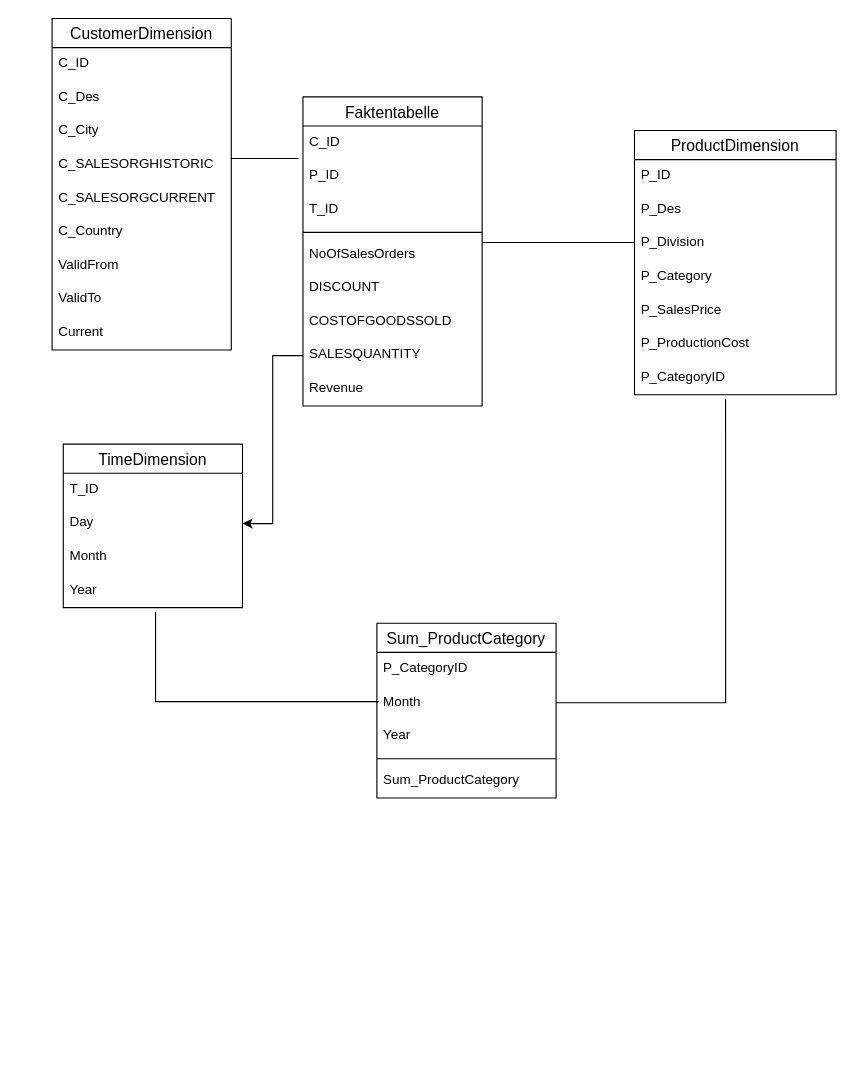
Before: star-schema-dirtsbike.drawio in dvdkwei/mondrian-dirt-bikes, a draw.io diagram. Source tidied: cells renumbered, new cells numbered last; positions are measured from the earlier drawing's top-left corner, leaving out a move shared by most shapes. Both pictures are drawn from the tidied source at 112%, with x=0, y=0 at pixel (52, 18).
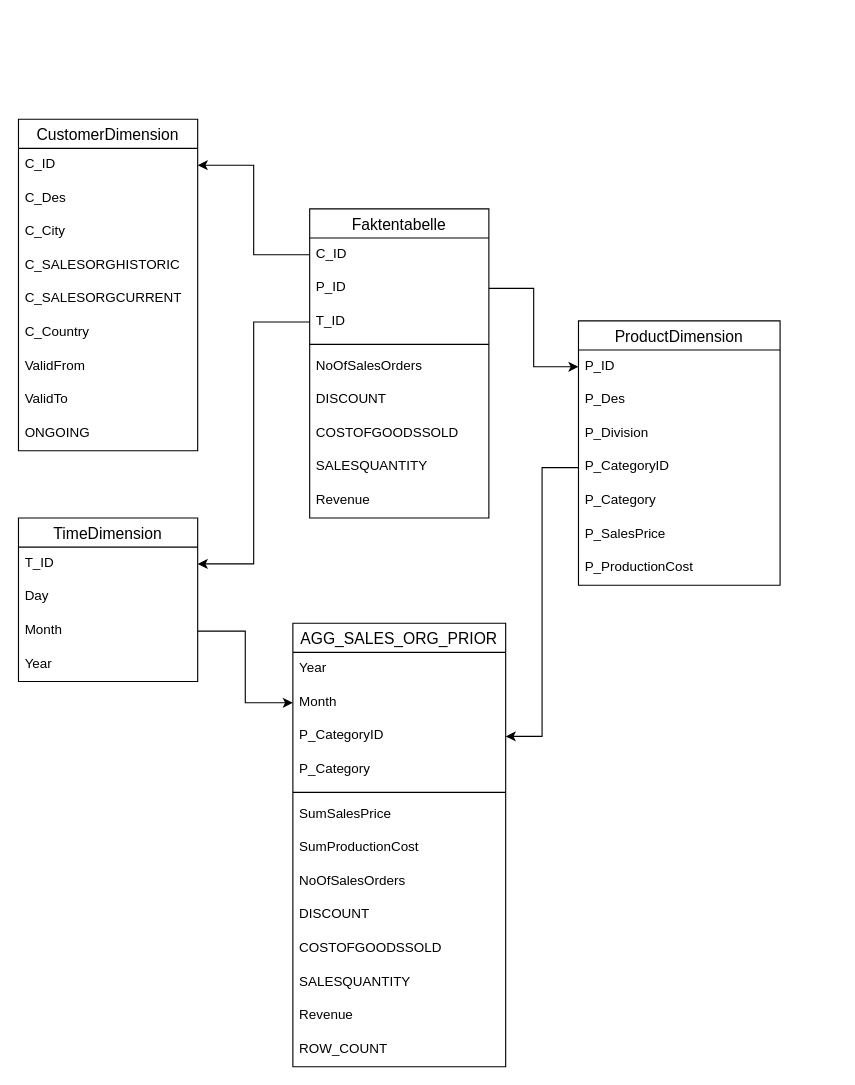
The same page after the edit.

Commit message (it also covers changes not shown here):
updated schema, not fixed.

The change refers to these unchanged cells:
```xml
<mxCell id="3" value="C_ID" style="text;strokeColor=none;fillColor=none;spacingLeft=4;spacingRight=4;overflow=hidden;points=[[0,0.5],[1,0.5]];portConstraint=eastwest;fontSize=12;" parent="2" vertex="1">
  <mxGeometry y="26" width="160" height="30" as="geometry" />
</mxCell>
<mxCell id="4" value="P_ID" style="text;strokeColor=none;fillColor=none;spacingLeft=4;spacingRight=4;overflow=hidden;points=[[0,0.5],[1,0.5]];portConstraint=eastwest;fontSize=12;" parent="2" vertex="1">
  <mxGeometry y="56" width="160" height="30" as="geometry" />
</mxCell>
<mxCell id="5" value="T_ID" style="text;strokeColor=none;fillColor=none;spacingLeft=4;spacingRight=4;overflow=hidden;points=[[0,0.5],[1,0.5]];portConstraint=eastwest;fontSize=12;" parent="2" vertex="1">
  <mxGeometry y="86" width="160" height="30" as="geometry" />
</mxCell>
<mxCell id="10" value="SALESQUANTITY" style="text;strokeColor=none;fillColor=none;spacingLeft=4;spacingRight=4;overflow=hidden;points=[[0,0.5],[1,0.5]];portConstraint=eastwest;fontSize=12;" parent="2" vertex="1">
  <mxGeometry y="216" width="160" height="30" as="geometry" />
</mxCell>
<mxCell id="13" value="T_ID&#10;" style="text;strokeColor=none;fillColor=none;spacingLeft=4;spacingRight=4;overflow=hidden;points=[[0,0.5],[1,0.5]];portConstraint=eastwest;fontSize=12;" parent="12" vertex="1">
  <mxGeometry y="26" width="160" height="30" as="geometry" />
</mxCell>
<mxCell id="14" value="Day" style="text;strokeColor=none;fillColor=none;spacingLeft=4;spacingRight=4;overflow=hidden;points=[[0,0.5],[1,0.5]];portConstraint=eastwest;fontSize=12;" parent="12" vertex="1">
  <mxGeometry y="56" width="160" height="30" as="geometry" />
</mxCell>
<mxCell id="15" value="Month" style="text;strokeColor=none;fillColor=none;spacingLeft=4;spacingRight=4;overflow=hidden;points=[[0,0.5],[1,0.5]];portConstraint=eastwest;fontSize=12;" parent="12" vertex="1">
  <mxGeometry y="86" width="160" height="30" as="geometry" />
</mxCell>
<mxCell id="16" value="Year" style="text;strokeColor=none;fillColor=none;spacingLeft=4;spacingRight=4;overflow=hidden;points=[[0,0.5],[1,0.5]];portConstraint=eastwest;fontSize=12;" parent="12" vertex="1">
  <mxGeometry y="116" width="160" height="30" as="geometry" />
</mxCell>
<mxCell id="18" value="C_ID" style="text;strokeColor=none;fillColor=none;spacingLeft=4;spacingRight=4;overflow=hidden;points=[[0,0.5],[1,0.5]];portConstraint=eastwest;fontSize=12;" parent="17" vertex="1">
  <mxGeometry y="26" width="160" height="30" as="geometry" />
</mxCell>
<mxCell id="28" value="P_ID" style="text;strokeColor=none;fillColor=none;spacingLeft=4;spacingRight=4;overflow=hidden;points=[[0,0.5],[1,0.5]];portConstraint=eastwest;fontSize=12;" parent="27" vertex="1">
  <mxGeometry y="26" width="180" height="30" as="geometry" />
</mxCell>
```

Change to the diagram source:
```diff
@@
     <mxCell id="2" value="Faktentabelle" style="swimlane;fontStyle=0;horizontal=1;startSize=26;align=center;fontSize=14;" parent="1" vertex="1">
-      <mxGeometry x="224" y="70" width="160" height="276" as="geometry" />
+      <mxGeometry x="230" y="170" width="160" height="276" as="geometry" />
     </mxCell>
@@
     <mxCell id="12" value="TimeDimension" style="swimlane;fontStyle=0;horizontal=1;startSize=26;align=center;fontSize=14;" parent="1" vertex="1">
-      <mxGeometry x="10" y="380" width="160" height="146" as="geometry" />
+      <mxGeometry x="-30" y="446" width="160" height="146" as="geometry" />
     </mxCell>
@@
     <mxCell id="17" value="CustomerDimension" style="swimlane;fontStyle=0;horizontal=1;startSize=26;align=center;fontSize=14;" parent="1" vertex="1">
-      <mxGeometry width="160" height="296" as="geometry" />
+      <mxGeometry x="-30" y="90" width="160" height="296" as="geometry" />
     </mxCell>
@@
-    <mxCell id="26" value="Current" style="text;strokeColor=none;fillColor=none;spacingLeft=4;spacingRight=4;overflow=hidden;fontSize=12;" parent="17" vertex="1">
+    <mxCell id="26" value="ONGOING" style="text;strokeColor=none;fillColor=none;spacingLeft=4;spacingRight=4;overflow=hidden;fontSize=12;" parent="17" vertex="1">
       <mxGeometry y="266" width="160" height="30" as="geometry" />
     </mxCell>
     <mxCell id="27" value="ProductDimension" style="swimlane;fontStyle=0;horizontal=1;startSize=26;align=center;fontSize=14;" parent="1" vertex="1">
-      <mxGeometry x="520" y="100" width="180" height="236" as="geometry" />
+      <mxGeometry x="470" y="270" width="180" height="236" as="geometry" />
     </mxCell>
@@
+    <mxCell id="34" value="P_CategoryID" style="text;strokeColor=none;fillColor=none;spacingLeft=4;spacingRight=4;overflow=hidden;points=[[0,0.5],[1,0.5]];portConstraint=eastwest;fontSize=12;" parent="27" vertex="1">
+      <mxGeometry y="116" width="180" height="30" as="geometry" />
+    </mxCell>
     <mxCell id="31" value="P_Category" style="text;strokeColor=none;fillColor=none;spacingLeft=4;spacingRight=4;overflow=hidden;fontSize=12;" parent="27" vertex="1">
-      <mxGeometry y="116" width="180" height="30" as="geometry" />
+      <mxGeometry y="146" width="180" height="30" as="geometry" />
     </mxCell>
     <mxCell id="32" value="P_SalesPrice" style="text;strokeColor=none;fillColor=none;spacingLeft=4;spacingRight=4;overflow=hidden;fontSize=12;" parent="27" vertex="1">
-      <mxGeometry y="146" width="180" height="30" as="geometry" />
+      <mxGeometry y="176" width="180" height="30" as="geometry" />
     </mxCell>
     <mxCell id="33" value="P_ProductionCost" style="text;strokeColor=none;fillColor=none;spacingLeft=4;spacingRight=4;overflow=hidden;fontSize=12;" parent="27" vertex="1">
-      <mxGeometry y="176" width="180" height="30" as="geometry" />
+      <mxGeometry y="206" width="180" height="30" as="geometry" />
     </mxCell>
-    <mxCell id="34" value="P_CategoryID" style="text;strokeColor=none;fillColor=none;spacingLeft=4;spacingRight=4;overflow=hidden;points=[[0,0.5],[1,0.5]];portConstraint=eastwest;fontSize=12;" parent="27" vertex="1">
-      <mxGeometry y="206" width="180" height="30" as="geometry" />
-    </mxCell>
-    <mxCell id="35" style="endArrow=none;html=1;rounded=0;edgeStyle=orthogonalEdgeStyle;" parent="1" edge="1">
-      <mxGeometry relative="1" as="geometry">
-        <mxPoint x="384" y="200" as="sourcePoint" />
-        <mxPoint x="520" y="200" as="targetPoint" />
-      </mxGeometry>
-    </mxCell>
-    <mxCell id="36" value="Sum_ProductCategory" style="swimlane;fontStyle=0;horizontal=1;startSize=26;align=center;fontSize=14;" parent="1" vertex="1">
-      <mxGeometry x="290" y="540" width="160" height="156" as="geometry" />
+    <mxCell id="36" value="AGG_SALES_ORG_PRIOR" style="swimlane;fontStyle=0;horizontal=1;startSize=26;align=center;fontSize=14;" parent="1" vertex="1">
+      <mxGeometry x="215" y="540" width="190" height="396" as="geometry" />
     </mxCell>
+    <mxCell id="39" value="Year" style="text;strokeColor=none;fillColor=none;spacingLeft=4;spacingRight=4;overflow=hidden;fontSize=12;" parent="36" vertex="1">
+      <mxGeometry y="26" width="190" height="30" as="geometry" />
+    </mxCell>
+    <mxCell id="38" value="Month" style="text;strokeColor=none;fillColor=none;spacingLeft=4;spacingRight=4;overflow=hidden;points=[[0,0.5],[1,0.5]];portConstraint=eastwest;fontSize=12;" parent="36" vertex="1">
+      <mxGeometry y="56" width="190" height="30" as="geometry" />
+    </mxCell>
     <mxCell id="37" value="P_CategoryID" style="text;strokeColor=none;fillColor=none;spacingLeft=4;spacingRight=4;overflow=hidden;points=[[0,0.5],[1,0.5]];portConstraint=eastwest;fontSize=12;" parent="36" vertex="1">
-      <mxGeometry y="26" width="160" height="30" as="geometry" />
+      <mxGeometry y="86" width="190" height="30" as="geometry" />
     </mxCell>
-    <mxCell id="38" value="Month" style="text;strokeColor=none;fillColor=none;spacingLeft=4;spacingRight=4;overflow=hidden;points=[[0,0.5],[1,0.5]];portConstraint=eastwest;fontSize=12;" parent="36" vertex="1">
-      <mxGeometry y="56" width="160" height="30" as="geometry" />
-    </mxCell>
-    <mxCell id="39" value="Year" style="text;strokeColor=none;fillColor=none;spacingLeft=4;spacingRight=4;overflow=hidden;fontSize=12;" parent="36" vertex="1">
-      <mxGeometry y="86" width="160" height="30" as="geometry" />
-    </mxCell>
+    <mxCell id="46" value="P_Category" style="text;strokeColor=none;fillColor=none;spacingLeft=4;spacingRight=4;overflow=hidden;fontSize=12;" parent="36" vertex="1">
+      <mxGeometry y="116" width="190" height="30" as="geometry" />
+    </mxCell>
     <mxCell id="40" style="line;strokeWidth=1;dashed=0;labelPosition=right;align=left;verticalAlign=middle;spacingTop=0;spacingLeft=6;" parent="36" vertex="1">
-      <mxGeometry y="116" width="160" height="10" as="geometry" />
+      <mxGeometry y="146" width="190" height="10" as="geometry" />
     </mxCell>
-    <mxCell id="41" value="Sum_ProductCategory" style="text;strokeColor=none;fillColor=none;spacingLeft=4;spacingRight=4;overflow=hidden;fontSize=12;" parent="36" vertex="1">
-      <mxGeometry y="126" width="160" height="30" as="geometry" />
-    </mxCell>
-    <mxCell id="42" style="line;strokeWidth=1;dashed=0;labelPosition=right;align=left;verticalAlign=middle;spacingTop=0;spacingLeft=6;" parent="1" vertex="1">
-      <mxGeometry x="160" y="120" width="60" height="10" as="geometry" />
-    </mxCell>
-    <mxCell id="43" style="endArrow=none;html=1;rounded=0;edgeStyle=orthogonalEdgeStyle;exitX=0.515;exitY=1.122;exitDx=0;exitDy=0;exitPerimeter=0;entryX=0;entryY=0.5;entryDx=0;entryDy=0;" parent="1" edge="1" source="16" target="38">
-      <mxGeometry relative="1" as="geometry">
-        <Array as="points">
-          <mxPoint x="92" y="610" />
-          <mxPoint x="291" y="610" />
-        </Array>
-      </mxGeometry>
-    </mxCell>
-    <mxCell id="44" style="endArrow=none;html=1;rounded=0;edgeStyle=orthogonalEdgeStyle;exitX=1;exitY=0.5;exitDx=0;exitDy=0;entryX=0.452;entryY=1.12;entryDx=0;entryDy=0;entryPerimeter=0;" parent="1" edge="1" source="38" target="34">
-      <mxGeometry relative="1" as="geometry">
-        <Array as="points">
-          <mxPoint x="601" y="611" />
-        </Array>
-      </mxGeometry>
-    </mxCell>
-    <mxCell id="45" style="edgeStyle=orthogonalEdgeStyle;rounded=0;jettySize=auto;html=1;entryX=1;entryY=0.5;entryDx=0;entryDy=0;" parent="1" edge="1" source="10" target="14">
-      <mxGeometry relative="1" as="geometry" />
-    </mxCell>
+    <mxCell id="47" value="SumSalesPrice" style="text;strokeColor=none;fillColor=none;spacingLeft=4;spacingRight=4;overflow=hidden;fontSize=12;" parent="36" vertex="1">
+      <mxGeometry y="156" width="190" height="30" as="geometry" />
+    </mxCell>
+    <mxCell id="48" value="SumProductionCost" style="text;strokeColor=none;fillColor=none;spacingLeft=4;spacingRight=4;overflow=hidden;fontSize=12;" parent="36" vertex="1">
+      <mxGeometry y="186" width="190" height="30" as="geometry" />
+    </mxCell>
+    <mxCell id="49" value="NoOfSalesOrders" style="text;strokeColor=none;fillColor=none;spacingLeft=4;spacingRight=4;overflow=hidden;fontSize=12;" parent="36" vertex="1">
+      <mxGeometry y="216" width="190" height="30" as="geometry" />
+    </mxCell>
+    <mxCell id="50" value="DISCOUNT" style="text;strokeColor=none;fillColor=none;spacingLeft=4;spacingRight=4;overflow=hidden;fontSize=12;" parent="36" vertex="1">
+      <mxGeometry y="246" width="190" height="30" as="geometry" />
+    </mxCell>
+    <mxCell id="51" value="COSTOFGOODSSOLD" style="text;strokeColor=none;fillColor=none;spacingLeft=4;spacingRight=4;overflow=hidden;fontSize=12;" parent="36" vertex="1">
+      <mxGeometry y="276" width="190" height="30" as="geometry" />
+    </mxCell>
+    <mxCell id="52" value="SALESQUANTITY" style="text;strokeColor=none;fillColor=none;spacingLeft=4;spacingRight=4;overflow=hidden;fontSize=12;" parent="36" vertex="1">
+      <mxGeometry y="306" width="190" height="30" as="geometry" />
+    </mxCell>
+    <mxCell id="53" value="Revenue" style="text;strokeColor=none;fillColor=none;spacingLeft=4;spacingRight=4;overflow=hidden;fontSize=12;" parent="36" vertex="1">
+      <mxGeometry y="336" width="190" height="30" as="geometry" />
+    </mxCell>
+    <mxCell id="54" value="ROW_COUNT" style="text;strokeColor=none;fillColor=none;spacingLeft=4;spacingRight=4;overflow=hidden;fontSize=12;" parent="36" vertex="1">
+      <mxGeometry y="366" width="190" height="30" as="geometry" />
+    </mxCell>
+    <mxCell id="55" style="edgeStyle=orthogonalEdgeStyle;rounded=0;jettySize=auto;html=1;entryX=1;entryY=0.5;entryDx=0;entryDy=0;" parent="1" edge="1" source="3" target="18">
+      <mxGeometry relative="1" as="geometry">
+        <Array as="points">
+          <mxPoint x="180" y="211" />
+          <mxPoint x="180" y="131" />
+        </Array>
+      </mxGeometry>
+    </mxCell>
+    <mxCell id="56" style="edgeStyle=orthogonalEdgeStyle;rounded=0;jettySize=auto;html=1;entryX=0;entryY=0.5;entryDx=0;entryDy=0;" parent="1" edge="1" source="4" target="28">
+      <mxGeometry relative="1" as="geometry" />
+    </mxCell>
+    <mxCell id="57" style="edgeStyle=orthogonalEdgeStyle;rounded=0;jettySize=auto;html=1;entryX=1;entryY=0.5;entryDx=0;entryDy=0;" parent="1" edge="1" source="34" target="37">
+      <mxGeometry relative="1" as="geometry" />
+    </mxCell>
+    <mxCell id="58" style="edgeStyle=orthogonalEdgeStyle;rounded=0;jettySize=auto;html=1;entryX=0;entryY=0.5;entryDx=0;entryDy=0;" parent="1" edge="1" source="15" target="38">
+      <mxGeometry relative="1" as="geometry" />
+    </mxCell>
+    <mxCell id="59" style="edgeStyle=orthogonalEdgeStyle;rounded=0;jettySize=auto;html=1;entryX=1;entryY=0.5;entryDx=0;entryDy=0;" parent="1" edge="1" source="5" target="13">
+      <mxGeometry relative="1" as="geometry" />
+    </mxCell>
```
